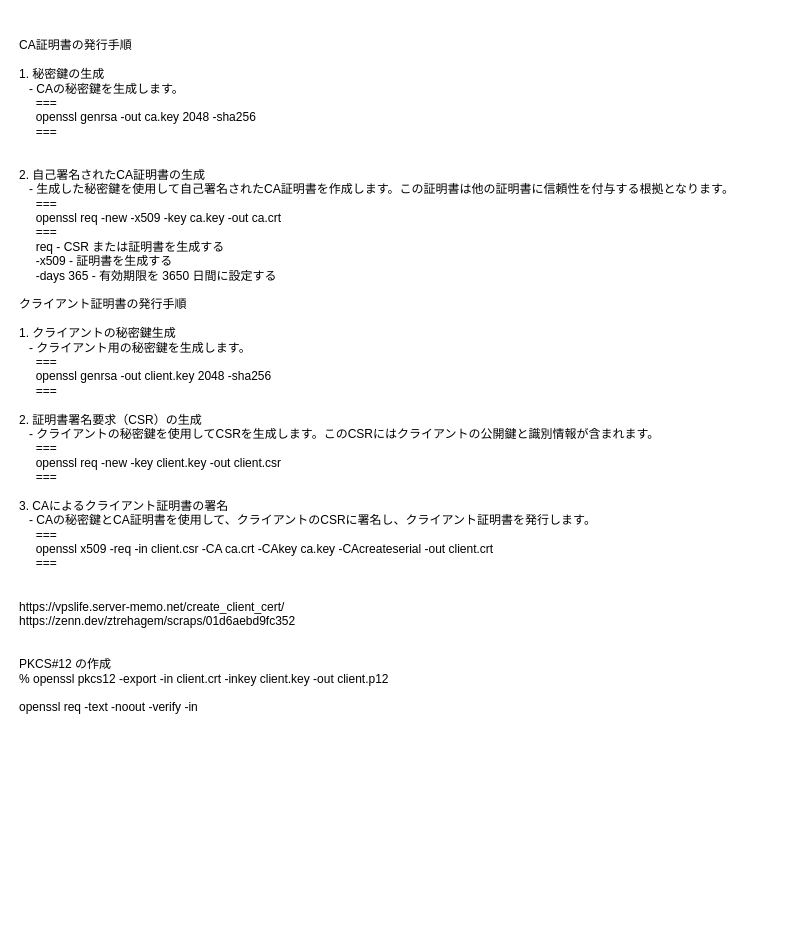
Earlier version of the draw.io diagram page "OPENSSL" (11 of 11) of Centos7‗server.drawio (kyforprogram/linux). Source tidied: cells renumbered, new cells numbered last; positions are measured from the earlier drawing's top-left corner, leaving out a move shared by most shapes. Both pictures are drawn from the tidied source at 100%, with x=0, y=0 at pixel (17, 17).
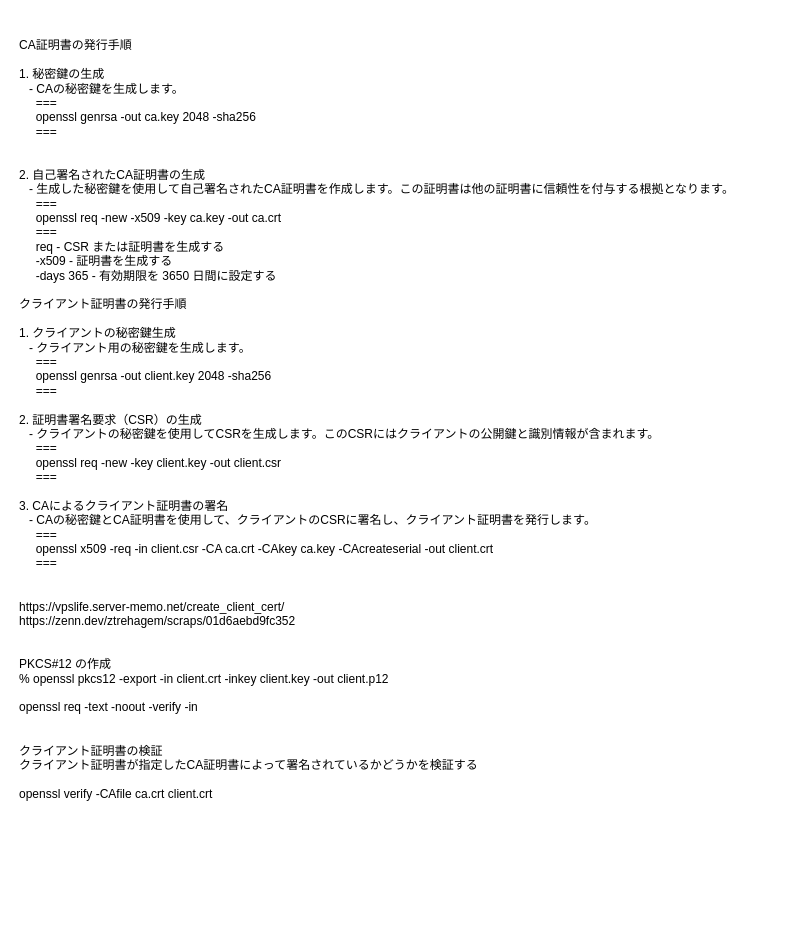
The same diagram, later.

Commit message:
Centos7‗server.drawio を更新します

What changed in the source:
```diff
@@
 <mxGraphModel>
   <root>
     <mxCell id="0" />
     <mxCell id="1" parent="0" />
     <mxCell id="2" value="&lt;div&gt;&lt;div&gt;&lt;br&gt;&lt;/div&gt;&lt;/div&gt;" style="text;html=1;align=left;verticalAlign=middle;strokeColor=none;fillColor=none;" parent="1" vertex="1">
       <mxGeometry x="15" y="261" width="18" height="26" as="geometry" />
     </mxCell>
-    <mxCell id="3" value="&#10;CA証明書の発行手順&#10;&#10;1. 秘密鍵の生成&#10;   - CAの秘密鍵を生成します。&#10;     ===&#10;     openssl genrsa -out ca.key 2048 -sha256&#10;     ===&#10;     &#10;     &#10;2. 自己署名されたCA証明書の生成&#10;   - 生成した秘密鍵を使用して自己署名されたCA証明書を作成します。この証明書は他の証明書に信頼性を付与する根拠となります。&#10;     ===&#10;     openssl req -new -x509 -key ca.key -out ca.crt&#10;     ===&#10;     req - CSR または証明書を生成する&#10;     -x509 - 証明書を生成する&#10;     -days 365 - 有効期限を 3650 日間に設定する&#10;&#10;クライアント証明書の発行手順&#10;&#10;1. クライアントの秘密鍵生成&#10;   - クライアント用の秘密鍵を生成します。&#10;     ===&#10;     openssl genrsa -out client.key 2048 -sha256&#10;     ===&#10;&#10;2. 証明書署名要求（CSR）の生成&#10;   - クライアントの秘密鍵を使用してCSRを生成します。このCSRにはクライアントの公開鍵と識別情報が含まれます。&#10;     ===&#10;     openssl req -new -key client.key -out client.csr&#10;     ===&#10;&#10;3. CAによるクライアント証明書の署名&#10;   - CAの秘密鍵とCA証明書を使用して、クライアントのCSRに署名し、クライアント証明書を発行します。&#10;     ===&#10;     openssl x509 -req -in client.csr -CA ca.crt -CAkey ca.key -CAcreateserial -out client.crt&#10;     ===&#10;&#10;&#10;https://vpslife.server-memo.net/create_client_cert/&#10;https://zenn.dev/ztrehagem/scraps/01d6aebd9fc352&#10;&#10;&#10;PKCS#12 の作成&#10;% openssl pkcs12 -export -in client.crt -inkey client.key -out client.p12&#10;&#10;openssl req -text -noout -verify -in&#10;" style="text;whiteSpace=wrap;" parent="1" vertex="1">
+    <mxCell id="3" value="&#10;CA証明書の発行手順&#10;&#10;1. 秘密鍵の生成&#10;   - CAの秘密鍵を生成します。&#10;     ===&#10;     openssl genrsa -out ca.key 2048 -sha256&#10;     ===&#10;     &#10;     &#10;2. 自己署名されたCA証明書の生成&#10;   - 生成した秘密鍵を使用して自己署名されたCA証明書を作成します。この証明書は他の証明書に信頼性を付与する根拠となります。&#10;     ===&#10;     openssl req -new -x509 -key ca.key -out ca.crt&#10;     ===&#10;     req - CSR または証明書を生成する&#10;     -x509 - 証明書を生成する&#10;     -days 365 - 有効期限を 3650 日間に設定する&#10;&#10;クライアント証明書の発行手順&#10;&#10;1. クライアントの秘密鍵生成&#10;   - クライアント用の秘密鍵を生成します。&#10;     ===&#10;     openssl genrsa -out client.key 2048 -sha256&#10;     ===&#10;&#10;2. 証明書署名要求（CSR）の生成&#10;   - クライアントの秘密鍵を使用してCSRを生成します。このCSRにはクライアントの公開鍵と識別情報が含まれます。&#10;     ===&#10;     openssl req -new -key client.key -out client.csr&#10;     ===&#10;&#10;3. CAによるクライアント証明書の署名&#10;   - CAの秘密鍵とCA証明書を使用して、クライアントのCSRに署名し、クライアント証明書を発行します。&#10;     ===&#10;     openssl x509 -req -in client.csr -CA ca.crt -CAkey ca.key -CAcreateserial -out client.crt&#10;     ===&#10;&#10;&#10;https://vpslife.server-memo.net/create_client_cert/&#10;https://zenn.dev/ztrehagem/scraps/01d6aebd9fc352&#10;&#10;&#10;PKCS#12 の作成&#10;% openssl pkcs12 -export -in client.crt -inkey client.key -out client.p12&#10;&#10;openssl req -text -noout -verify -in&#10;&#10;&#10;クライアント証明書の検証&#10;クライアント証明書が指定したCA証明書によって署名されているかどうかを検証する&#10;&#10;openssl verify -CAfile ca.crt client.crt" style="text;whiteSpace=wrap;" parent="1" vertex="1">
       <mxGeometry width="759" height="899" as="geometry" />
     </mxCell>
   </root>
 </mxGraphModel>
```
